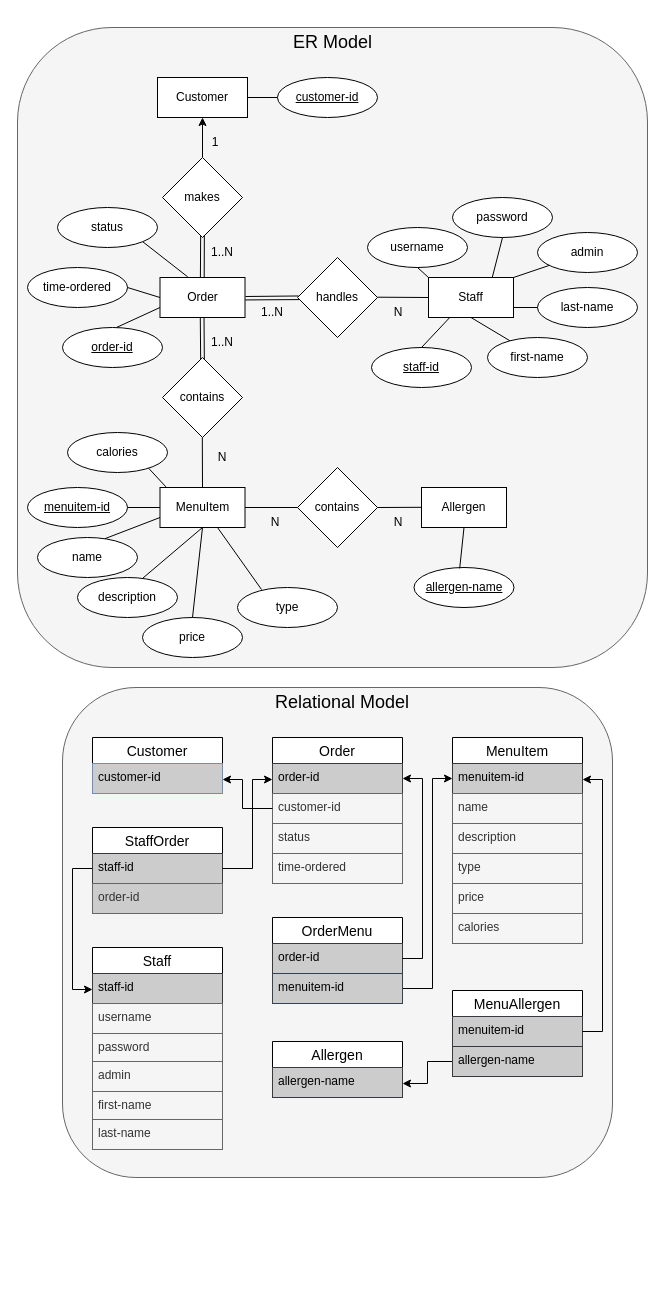
Above: backend/resources/entity_relation.drawio in Ideapersie/TeamProjec23 (draw.io), before the change. Source tidied: cells renumbered, new cells numbered last; positions are measured from the earlier drawing's top-left corner, leaving out a move shared by most shapes. Both pictures are drawn from the tidied source at 100%, with x=0, y=0 at pixel (17, 27).
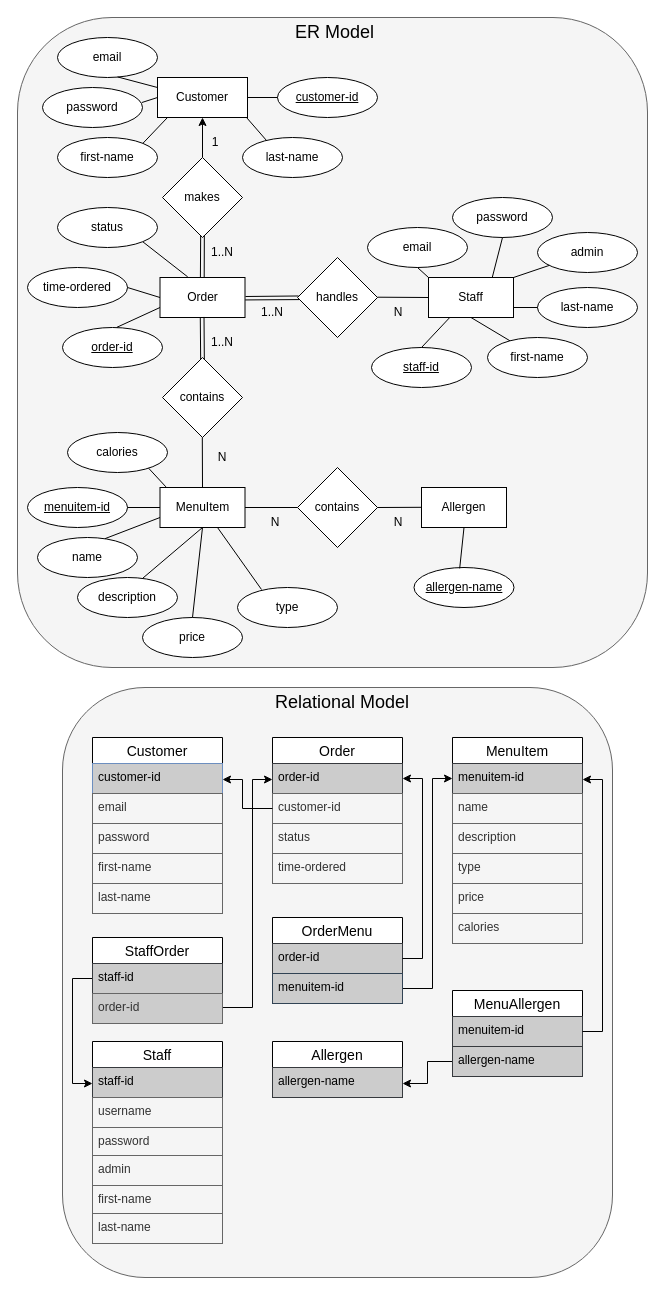
The same page after the edit.

Commit message (it also covers changes not shown here):
Update schema so users can have accounts

Modify ER diagram and schema initialisation query to reflect user accounts.

Users should be able to sign up and log in as a customer.

Unchanged cells that the change refers to:
```xml
<mxCell id="3" value="Customer" style="rounded=0;whiteSpace=wrap;html=1;" parent="1" vertex="1">
  <mxGeometry x="140" y="50" width="90" height="40" as="geometry" />
</mxCell>
<mxCell id="60" value="Order" style="swimlane;fontStyle=0;horizontal=1;startSize=26;align=center;fontSize=14;" parent="59" vertex="1">
  <mxGeometry width="130" height="56" as="geometry" />
</mxCell>
```

The edit, as a diff of the source:
```diff
@@
     <mxCell id="2" style="rounded=1;whiteSpace=wrap;html=1;fillColor=#f5f5f5;fontColor=#333333;strokeColor=#666666;glass=0;shadow=0;" parent="1" vertex="1">
-      <mxGeometry width="630" height="640" as="geometry" />
+      <mxGeometry y="-10" width="630" height="650" as="geometry" />
     </mxCell>
@@
     <mxCell id="51" style="rounded=1;whiteSpace=wrap;html=1;fillColor=#f5f5f5;fontColor=#333333;strokeColor=#666666;glass=0;shadow=0;" parent="1" vertex="1">
-      <mxGeometry x="45" y="660" width="550" height="490" as="geometry" />
+      <mxGeometry x="45" y="660" width="550" height="590" as="geometry" />
     </mxCell>
@@
     <mxCell id="81" style="group;" parent="1" vertex="1">
-      <mxGeometry x="75" y="976" width="130" height="146" as="geometry" />
+      <mxGeometry x="75" y="1070" width="130" height="146" as="geometry" />
     </mxCell>
@@
-    <mxCell id="87" style="group;" parent="1" vertex="1">
-      <mxGeometry x="75" y="800" width="130" height="146" as="geometry" />
-    </mxCell>
-    <mxCell id="88" style="group;" parent="87" vertex="1">
-      <mxGeometry width="130" height="116" as="geometry" />
-    </mxCell>
-    <mxCell id="89" value="StaffOrder" style="swimlane;fontStyle=0;horizontal=1;startSize=26;align=center;fontSize=14;" parent="88" vertex="1">
-      <mxGeometry width="130" height="56" as="geometry" />
-    </mxCell>
-    <mxCell id="90" value="staff-id" style="text;strokeColor=#36393d;fillColor=#CCCCCC;spacingLeft=4;spacingRight=4;overflow=hidden;points=[[0,0.5],[1,0.5]];portConstraint=eastwest;fontSize=12;whiteSpace=wrap;html=1;" parent="89" vertex="1">
-      <mxGeometry y="26" width="130" height="30" as="geometry" />
-    </mxCell>
-    <mxCell id="91" value="order-id" style="text;strokeColor=#666666;fillColor=#CCCCCC;spacingLeft=4;spacingRight=4;overflow=hidden;points=[[0,0.5],[1,0.5]];portConstraint=eastwest;fontSize=12;whiteSpace=wrap;html=1;fontColor=#333333;" parent="88" vertex="1">
-      <mxGeometry y="56" width="130" height="30" as="geometry" />
-    </mxCell>
@@
-    <mxCell id="93" style="edgeStyle=orthogonalEdgeStyle;rounded=0;jettySize=auto;html=1;entryX=0;entryY=0.75;entryDx=0;entryDy=0;" parent="1" edge="1" source="90" target="60">
+    <mxCell id="93" style="edgeStyle=orthogonalEdgeStyle;rounded=0;jettySize=auto;html=1;entryX=0;entryY=0.75;entryDx=0;entryDy=0;exitX=1;exitY=0.5;exitDx=0;exitDy=0;" parent="1" edge="1" source="91" target="60">
       <mxGeometry relative="1" as="geometry">
         <Array as="points">
-          <mxPoint x="235" y="841" />
+          <mxPoint x="205" y="980" />
+          <mxPoint x="235" y="980" />
           <mxPoint x="235" y="752" />
         </Array>
       </mxGeometry>
     </mxCell>
@@
     <mxCell id="109" value="&lt;font style=&quot;font-size: 18px;&quot;&gt;ER Model&lt;/font&gt;" style="text;html=1;strokeColor=none;fillColor=none;align=center;verticalAlign=middle;whiteSpace=wrap;rounded=0;" parent="1" vertex="1">
-      <mxGeometry x="247.5" width="135" height="30" as="geometry" />
+      <mxGeometry x="250" y="-10" width="135" height="30" as="geometry" />
     </mxCell>
@@
     <mxCell id="113" value="admin" style="text;strokeColor=#666666;fillColor=#f5f5f5;spacingLeft=4;spacingRight=4;overflow=hidden;fontSize=12;whiteSpace=wrap;html=1;fontColor=#333333;" parent="1" vertex="1">
-      <mxGeometry x="75" y="1034" width="130" height="30" as="geometry" />
+      <mxGeometry x="75" y="1128" width="130" height="30" as="geometry" />
     </mxCell>
-    <mxCell id="114" value="username" style="ellipse;whiteSpace=wrap;html=1;align=center;" parent="1" vertex="1">
+    <mxCell id="114" value="email" style="ellipse;whiteSpace=wrap;html=1;align=center;" parent="1" vertex="1">
       <mxGeometry x="350" y="200" width="100" height="40" as="geometry" />
     </mxCell>
@@
     <mxCell id="118" value="first-name" style="text;strokeColor=#666666;fillColor=#f5f5f5;spacingLeft=4;spacingRight=4;overflow=hidden;fontSize=12;whiteSpace=wrap;html=1;fontColor=#333333;" parent="1" vertex="1">
-      <mxGeometry x="75" y="1064" width="130" height="30" as="geometry" />
+      <mxGeometry x="75" y="1158" width="130" height="30" as="geometry" />
     </mxCell>
     <mxCell id="119" value="last-name" style="text;strokeColor=#666666;fillColor=#f5f5f5;spacingLeft=4;spacingRight=4;overflow=hidden;fontSize=12;whiteSpace=wrap;html=1;fontColor=#333333;" parent="1" vertex="1">
-      <mxGeometry x="75" y="1092" width="130" height="30" as="geometry" />
+      <mxGeometry x="75" y="1186" width="130" height="30" as="geometry" />
     </mxCell>
+    <mxCell id="120" value="email" style="ellipse;whiteSpace=wrap;html=1;align=center;" parent="1" vertex="1">
+      <mxGeometry x="40" y="10" width="100" height="40" as="geometry" />
+    </mxCell>
+    <mxCell id="121" value="password" style="ellipse;whiteSpace=wrap;html=1;align=center;" parent="1" vertex="1">
+      <mxGeometry x="25" y="60" width="100" height="40" as="geometry" />
+    </mxCell>
+    <mxCell id="122" value="last-name" style="ellipse;whiteSpace=wrap;html=1;align=center;" parent="1" vertex="1">
+      <mxGeometry x="225" y="110" width="100" height="40" as="geometry" />
+    </mxCell>
+    <mxCell id="123" value="first-name" style="ellipse;whiteSpace=wrap;html=1;align=center;" parent="1" vertex="1">
+      <mxGeometry x="40" y="110" width="100" height="40" as="geometry" />
+    </mxCell>
+    <mxCell id="124" style="endArrow=none;html=1;rounded=0;exitX=1;exitY=0.5;exitDx=0;exitDy=0;entryX=0;entryY=0.25;entryDx=0;entryDy=0;" parent="1" edge="1" target="3">
+      <mxGeometry relative="1" as="geometry">
+        <mxPoint x="100" y="49.4" as="sourcePoint" />
+      </mxGeometry>
+    </mxCell>
+    <mxCell id="125" style="endArrow=none;html=1;rounded=0;entryX=0;entryY=0.5;entryDx=0;entryDy=0;exitX=0.993;exitY=0.376;exitDx=0;exitDy=0;exitPerimeter=0;" parent="1" edge="1" source="121" target="3">
+      <mxGeometry relative="1" as="geometry" />
+    </mxCell>
+    <mxCell id="126" style="endArrow=none;html=1;rounded=0;exitX=1;exitY=0;exitDx=0;exitDy=0;entryX=0.111;entryY=1;entryDx=0;entryDy=0;entryPerimeter=0;" parent="1" edge="1" source="123" target="3">
+      <mxGeometry relative="1" as="geometry" />
+    </mxCell>
+    <mxCell id="127" style="endArrow=none;html=1;rounded=0;exitX=0.242;exitY=0.08;exitDx=0;exitDy=0;entryX=0.111;entryY=1;entryDx=0;entryDy=0;entryPerimeter=0;exitPerimeter=0;" parent="1" edge="1" source="122">
+      <mxGeometry relative="1" as="geometry">
+        <mxPoint x="229" y="90" as="targetPoint" />
+      </mxGeometry>
+    </mxCell>
+    <mxCell id="128" value="email" style="text;strokeColor=#666666;fillColor=#f5f5f5;spacingLeft=4;spacingRight=4;overflow=hidden;fontSize=12;whiteSpace=wrap;html=1;fontColor=#333333;" parent="1" vertex="1">
+      <mxGeometry x="75" y="766" width="130" height="30" as="geometry" />
+    </mxCell>
+    <mxCell id="129" value="password" style="text;strokeColor=#666666;fillColor=#f5f5f5;spacingLeft=4;spacingRight=4;overflow=hidden;fontSize=12;whiteSpace=wrap;html=1;fontColor=#333333;" parent="1" vertex="1">
+      <mxGeometry x="75" y="796" width="130" height="30" as="geometry" />
+    </mxCell>
+    <mxCell id="130" value="first-name" style="text;strokeColor=#666666;fillColor=#f5f5f5;spacingLeft=4;spacingRight=4;overflow=hidden;fontSize=12;whiteSpace=wrap;html=1;fontColor=#333333;" parent="1" vertex="1">
+      <mxGeometry x="75" y="826" width="130" height="30" as="geometry" />
+    </mxCell>
+    <mxCell id="89" value="StaffOrder" style="swimlane;fontStyle=0;horizontal=1;startSize=26;align=center;fontSize=14;" parent="1" vertex="1">
+      <mxGeometry x="75" y="910" width="130" height="56" as="geometry" />
+    </mxCell>
+    <mxCell id="90" value="staff-id" style="text;strokeColor=#36393d;fillColor=#CCCCCC;spacingLeft=4;spacingRight=4;overflow=hidden;points=[[0,0.5],[1,0.5]];portConstraint=eastwest;fontSize=12;whiteSpace=wrap;html=1;" parent="89" vertex="1">
+      <mxGeometry y="26" width="130" height="30" as="geometry" />
+    </mxCell>
+    <mxCell id="91" value="order-id" style="text;strokeColor=#666666;fillColor=#CCCCCC;spacingLeft=4;spacingRight=4;overflow=hidden;points=[[0,0.5],[1,0.5]];portConstraint=eastwest;fontSize=12;whiteSpace=wrap;html=1;fontColor=#333333;" parent="1" vertex="1">
+      <mxGeometry x="75" y="966" width="130" height="30" as="geometry" />
+    </mxCell>
+    <mxCell id="131" value="last-name" style="text;strokeColor=#666666;fillColor=#f5f5f5;spacingLeft=4;spacingRight=4;overflow=hidden;fontSize=12;whiteSpace=wrap;html=1;fontColor=#333333;" parent="1" vertex="1">
+      <mxGeometry x="75" y="856" width="130" height="30" as="geometry" />
+    </mxCell>
```
